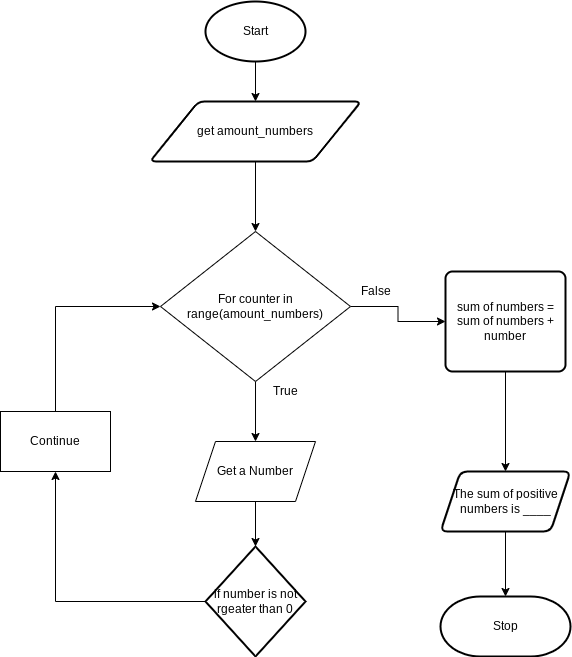
Ethan-Prieur1/ICS3U-Unit4-05-Python keeps this draw.io diagram as flowchart.png. Above is the earlier version. Source tidied: cells renumbered, new cells last; positions are measured from the earlier drawing's top-left corner, leaving out a move shared by most shapes.
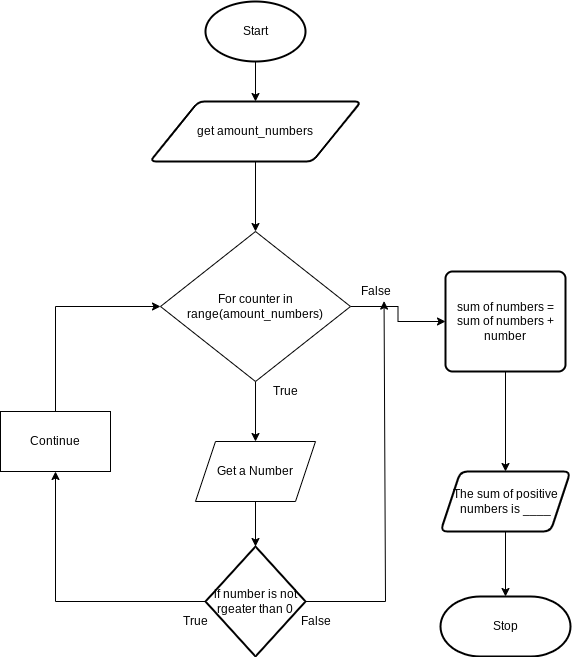
The same file after the commit.

What changed in the source:
```diff
@@ -43,6 +43,13 @@
     <mxCell id="14" style="edgeStyle=orthogonalEdgeStyle;rounded=0;html=1;exitX=0;exitY=0.5;exitDx=0;exitDy=0;exitPerimeter=0;entryX=0.5;entryY=1;entryDx=0;entryDy=0;" parent="1" edge="1" source="15" target="13">
       <mxGeometry relative="1" as="geometry" />
     </mxCell>
+    <mxCell id="22" style="edgeStyle=none;html=1;exitX=1;exitY=0.5;exitDx=0;exitDy=0;exitPerimeter=0;rounded=0;entryX=0.671;entryY=0.98;entryDx=0;entryDy=0;entryPerimeter=0;" parent="1" edge="1" source="15" target="19">
+      <mxGeometry relative="1" as="geometry">
+        <Array as="points">
+          <mxPoint x="385" y="600" />
+        </Array>
+      </mxGeometry>
+    </mxCell>
     <mxCell id="15" value="if number is not rgeater than 0" style="strokeWidth=2;html=1;shape=mxgraph.flowchart.decision;whiteSpace=wrap;" parent="1" vertex="1">
       <mxGeometry x="205" y="545" width="100" height="110" as="geometry" />
     </mxCell>
@@ -64,5 +71,11 @@
     <mxCell id="21" value="The sum of positive numbers is ____" style="shape=parallelogram;perimeter=parallelogramPerimeter;whiteSpace=wrap;html=1;fixedSize=1;rounded=1;arcSize=14;strokeWidth=2;" parent="1" vertex="1">
       <mxGeometry x="440" y="470" width="130" height="60" as="geometry" />
     </mxCell>
+    <mxCell id="23" value="True" style="text;html=1;align=center;verticalAlign=middle;strokeColor=none;fillColor=none;" parent="1" vertex="1">
+      <mxGeometry x="175" y="610" width="40" height="20" as="geometry" />
+    </mxCell>
+    <mxCell id="24" value="False" style="text;html=1;align=center;verticalAlign=middle;strokeColor=none;fillColor=none;" parent="1" vertex="1">
+      <mxGeometry x="290" y="610" width="50" height="20" as="geometry" />
+    </mxCell>
   </root>
 </mxGraphModel>
```
